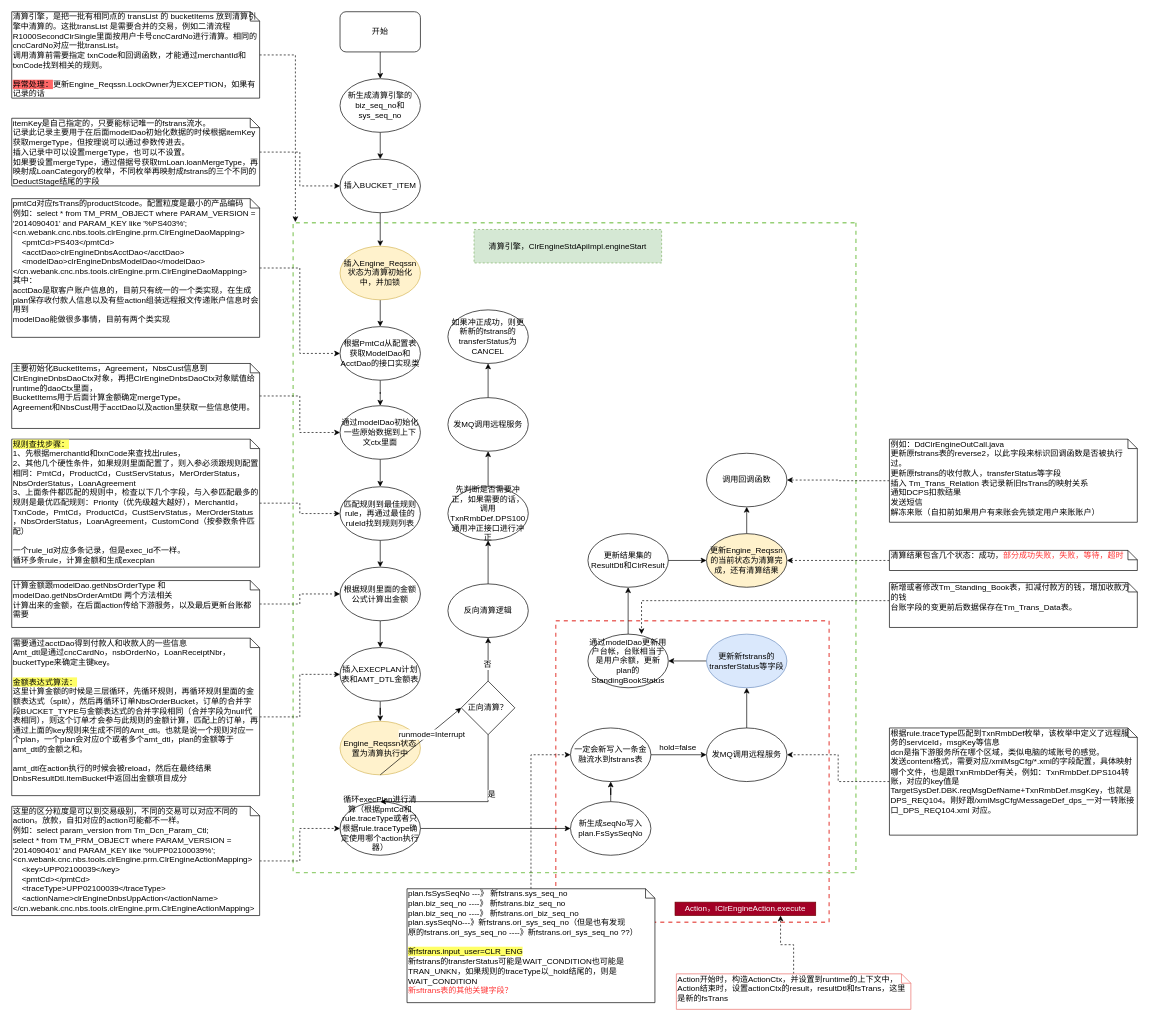
Above: 清算引擎.drawio in staconfree/design (draw.io), before the change. Source tidied: cells renumbered, new cells numbered last; positions are measured from the earlier drawing's top-left corner, leaving out a move shared by most shapes. Both pictures are drawn from the tidied source at 67%, with x=0, y=0 at pixel (11, 11).
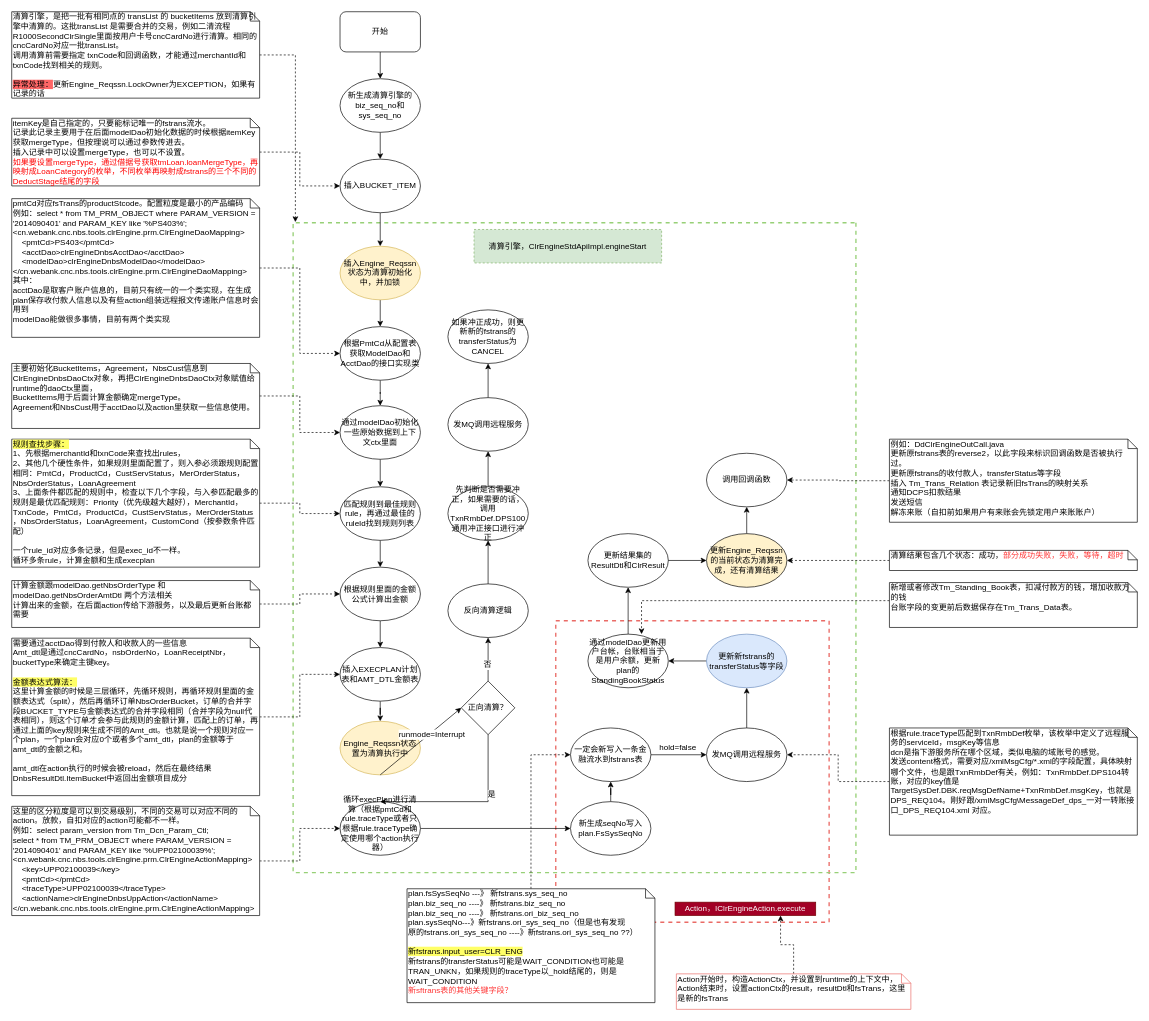
After the change.

Commit message:
更新清算引擎.drawio

What changed in the source:
```diff
@@
-    <mxCell id="71" value="&lt;div&gt;itemKey是自己指定的，只要能标记唯一的fstrans流水。&lt;/div&gt;&lt;div&gt;记录此记录主要用于在后面modelDao初始化数据的时候根据itemKey获取mergeType，但按理说可以通过参数传进去。&lt;br&gt;&lt;/div&gt;&lt;div&gt;插入记录中可以设置mergeType，也可以不设置。&lt;/div&gt;&lt;div&gt;如果要设置mergeType，通过借据号获取tmLoan.loanMergeType，再映射成LoanCategory的枚举，不同枚举再映射成fstrans的三个不同的DeductStage结尾的字段&lt;br&gt;&lt;/div&gt;" style="shape=note;whiteSpace=wrap;html=1;size=14;verticalAlign=top;align=left;spacingTop=-6;" parent="1" vertex="1">
+    <mxCell id="71" value="&lt;div&gt;itemKey是自己指定的，只要能标记唯一的fstrans流水。&lt;/div&gt;&lt;div&gt;记录此记录主要用于在后面modelDao初始化数据的时候根据itemKey获取mergeType，但按理说可以通过参数传进去。&lt;br&gt;&lt;/div&gt;&lt;div&gt;插入记录中可以设置mergeType，也可以不设置。&lt;/div&gt;&lt;div&gt;&lt;font color=&quot;#FF0000&quot;&gt;如果要设置mergeType，通过借据号获取tmLoan.loanMergeType，再映射成LoanCategory的枚举，不同枚举再映射成fstrans的三个不同的DeductStage结尾的字段&lt;/font&gt;&lt;br&gt;&lt;/div&gt;" style="shape=note;whiteSpace=wrap;html=1;size=14;verticalAlign=top;align=left;spacingTop=-6;" parent="1" vertex="1">
       <mxGeometry y="159" width="370" height="101" as="geometry" />
     </mxCell>
```
